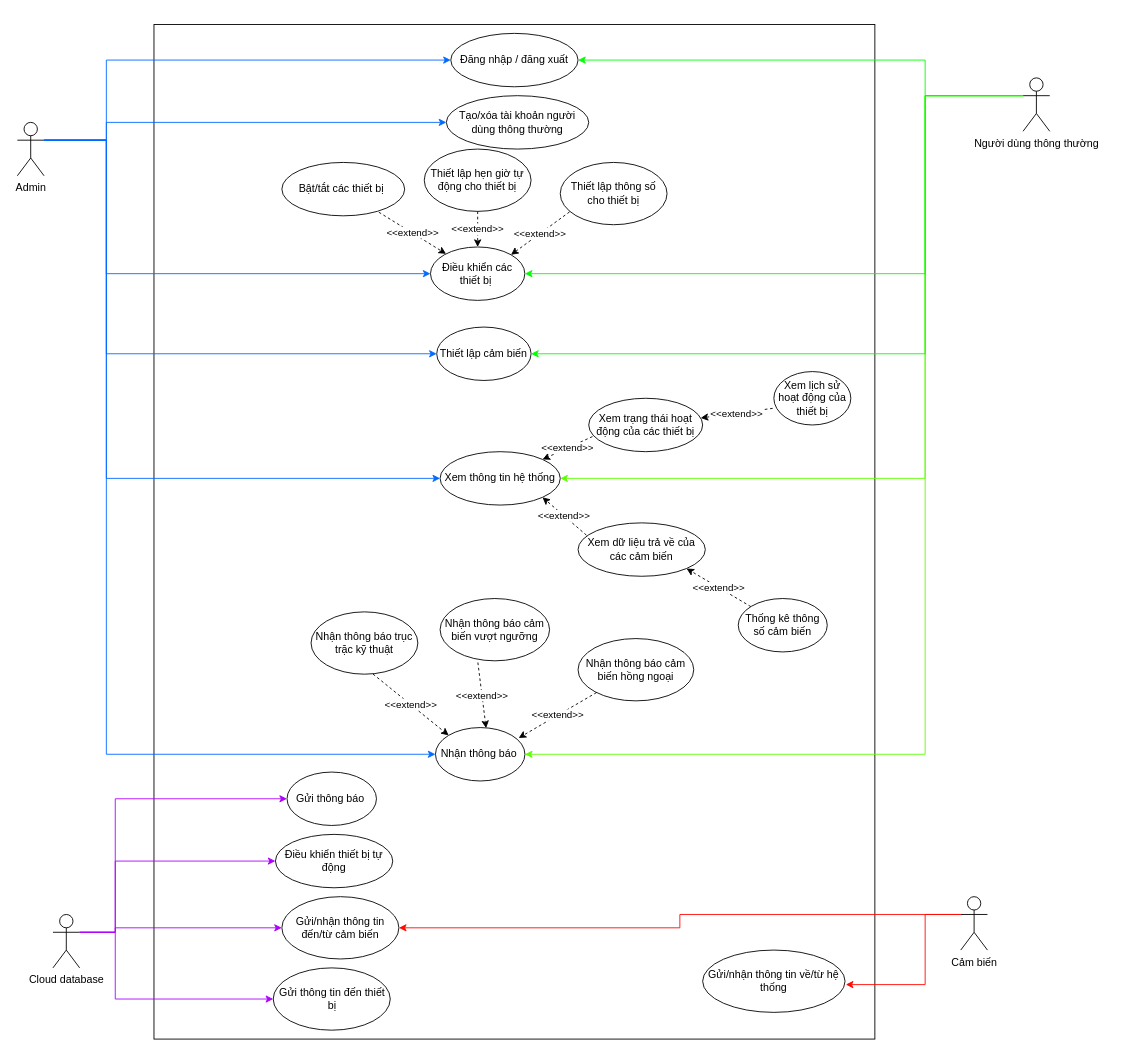
Before: Week 2/Use case diagram.drawio in astr0tas/Smart-Home-CNPM, a draw.io diagram. Source tidied: cells renumbered, new cells numbered last; positions are measured from the earlier drawing's top-left corner, leaving out a move shared by most shapes. Both pictures are drawn from the tidied source at 89%, with x=0, y=0 at pixel (17, 24).
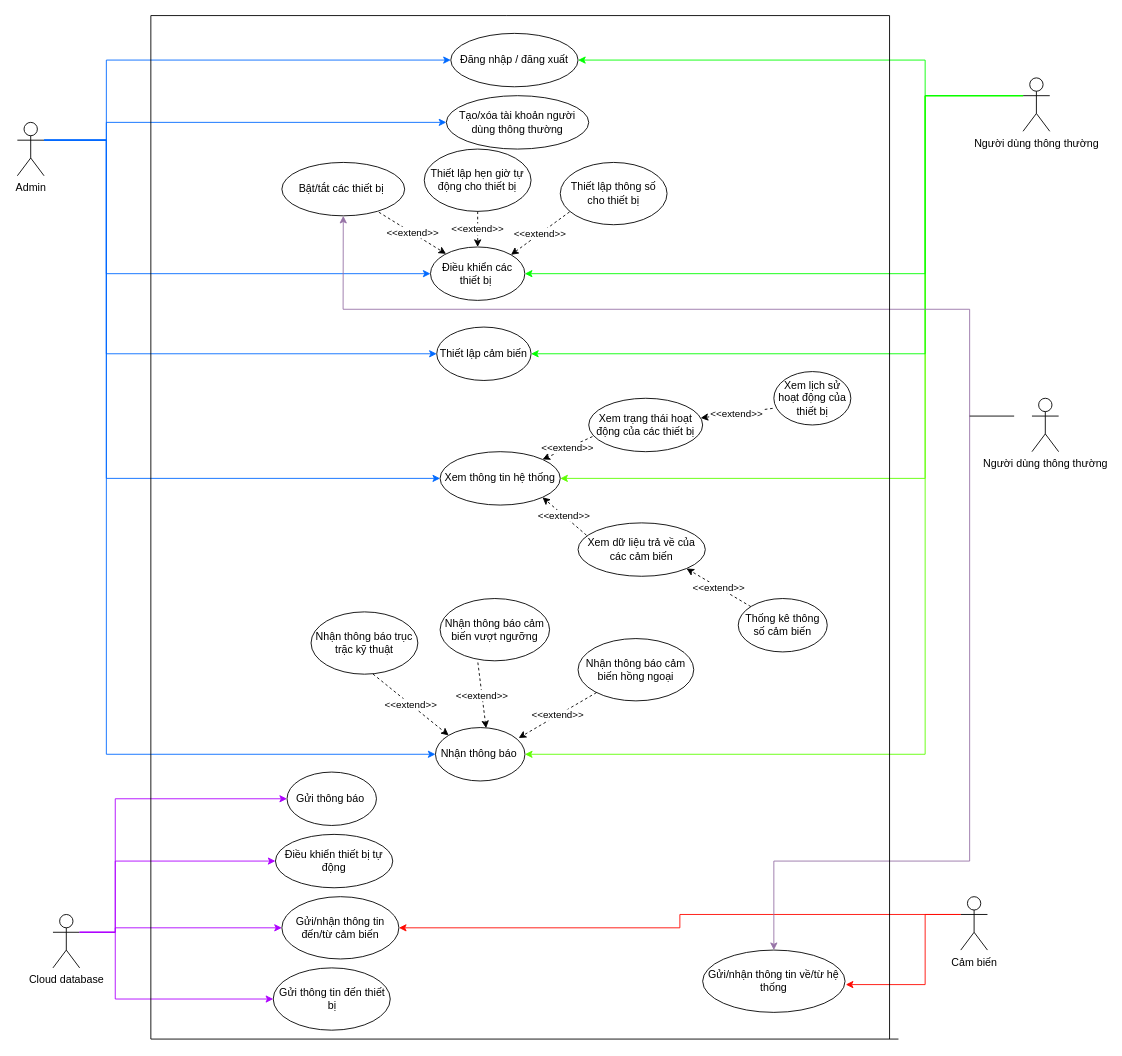
The same page after the edit.

Commit message:
Cập nhật Use case diagram.drawio

Unchanged cells that the change refers to:
```xml
<mxCell id="7" value="Bật/tắt các thiết bị&amp;nbsp;" style="ellipse;whiteSpace=wrap;html=1;" parent="1" vertex="1">
  <mxGeometry x="297.2" y="155" width="138" height="60" as="geometry" />
</mxCell>
<mxCell id="24" value="Gửi/nhận thông tin về/từ hệ thống" style="ellipse;whiteSpace=wrap;html=1;" parent="1" vertex="1">
  <mxGeometry x="770" y="1040" width="160" height="70" as="geometry" />
</mxCell>
```

Change to the diagram source:
```diff
@@
-    <mxCell id="2" style="rounded=0;whiteSpace=wrap;html=1;" parent="1" vertex="1">
-      <mxGeometry x="153.5" width="810" height="1140" as="geometry" />
-    </mxCell>
@@
+    <mxCell id="55" value="Người dùng thông thường" style="shape=umlActor;verticalLabelPosition=bottom;verticalAlign=top;html=1;" parent="1" vertex="1">
+      <mxGeometry x="1140" y="420" width="30" height="60" as="geometry" />
+    </mxCell>
+    <mxCell id="56" style="endArrow=classic;html=1;rounded=0;entryX=0.5;entryY=1;entryDx=0;entryDy=0;fillColor=#e1d5e7;strokeColor=#9673a6;" parent="1" edge="1" target="7">
+      <mxGeometry relative="1" as="geometry">
+        <mxPoint x="850" y="940" as="sourcePoint" />
+        <Array as="points">
+          <mxPoint x="850" y="940" />
+          <mxPoint x="1070" y="940" />
+          <mxPoint x="1070" y="320" />
+          <mxPoint x="366" y="320" />
+        </Array>
+      </mxGeometry>
+    </mxCell>
+    <mxCell id="57" style="endArrow=none;html=1;rounded=0;" parent="1" edge="1">
+      <mxGeometry relative="1" as="geometry">
+        <mxPoint x="1070" y="440" as="sourcePoint" />
+        <mxPoint x="1120" y="440" as="targetPoint" />
+      </mxGeometry>
+    </mxCell>
+    <mxCell id="58" style="endArrow=classic;html=1;rounded=0;entryX=0.5;entryY=0;entryDx=0;entryDy=0;fillColor=#e1d5e7;strokeColor=#9673a6;" parent="1" edge="1" target="24">
+      <mxGeometry relative="1" as="geometry">
+        <mxPoint x="850" y="940" as="sourcePoint" />
+      </mxGeometry>
+    </mxCell>
+    <mxCell id="59" style="endArrow=none;html=1;rounded=0;" parent="1" edge="1">
+      <mxGeometry relative="1" as="geometry">
+        <mxPoint x="990" y="1140" as="sourcePoint" />
+        <mxPoint x="980" y="1140" as="targetPoint" />
+        <Array as="points">
+          <mxPoint x="150" y="1140" />
+          <mxPoint x="150" y="-10" />
+          <mxPoint x="550" y="-10" />
+          <mxPoint x="980" y="-10" />
+        </Array>
+      </mxGeometry>
+    </mxCell>
```
